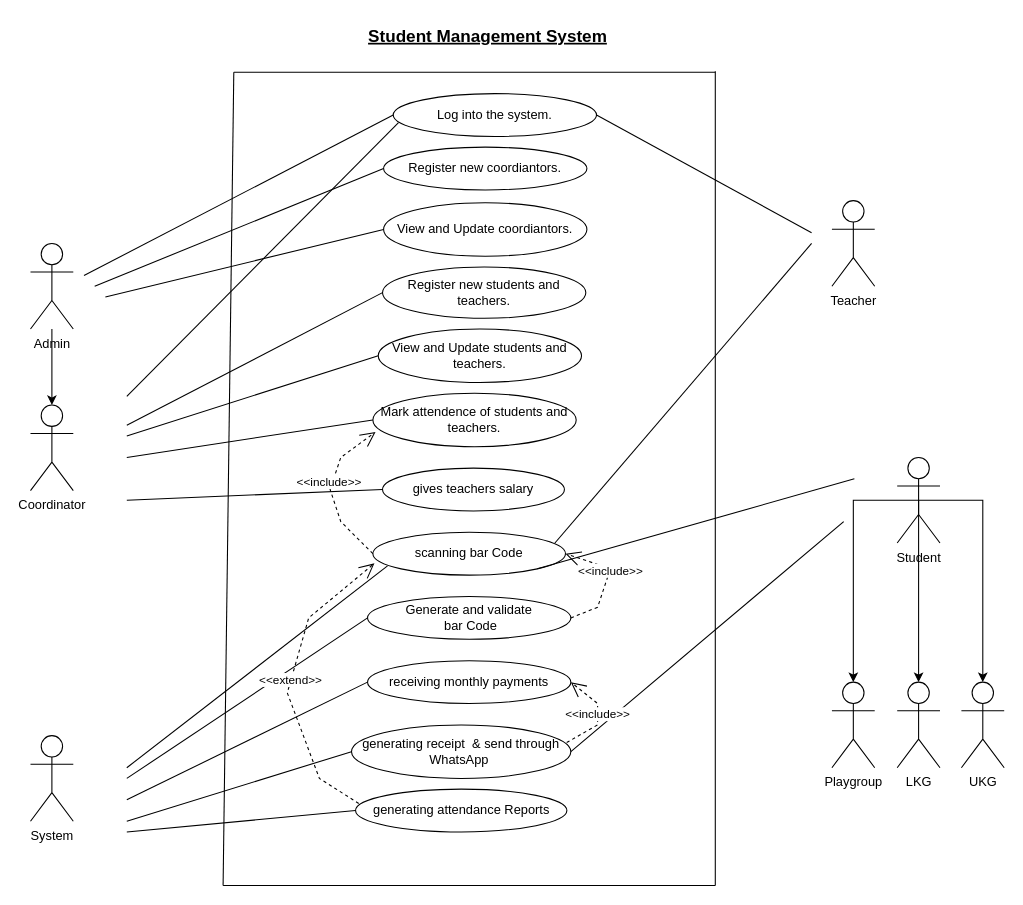
The draw.io diagram UseCase.drawio in Dulara-Akalanka/Group-Software-Project, before the edit. Source tidied: cells renumbered, new cells numbered last; positions are measured from the earlier drawing's top-left corner, leaving out a move shared by most shapes. Both pictures are drawn from the tidied source at 107%, with x=0, y=0 at pixel (30, 18).
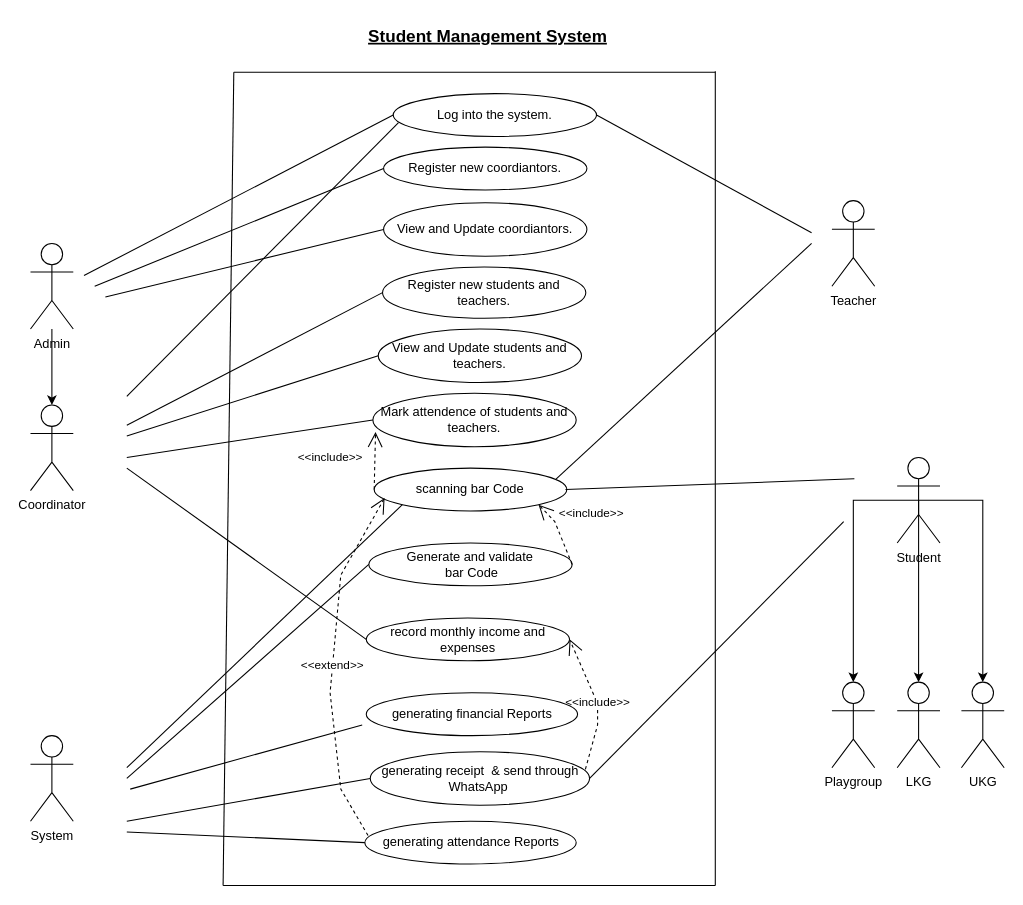
After the change.

The change refers to these unchanged cells:
```xml
<mxCell id="22" value="Mark attendence of students and teachers." style="ellipse;whiteSpace=wrap;html=1;" parent="1" vertex="1">
  <mxGeometry x="320" y="350" width="190" height="50" as="geometry" />
</mxCell>
```

The edit, as a diff of the source:
```diff
@@
-    <mxCell id="3" value="gives teachers salary" style="ellipse;whiteSpace=wrap;html=1;" parent="1" vertex="1">
-      <mxGeometry x="329" y="420" width="170" height="40" as="geometry" />
-    </mxCell>
     <mxCell id="4" value="scanning bar Code" style="ellipse;whiteSpace=wrap;html=1;" parent="1" vertex="1">
-      <mxGeometry x="320" y="480" width="180" height="40" as="geometry" />
+      <mxGeometry x="321.2" y="420" width="180" height="40" as="geometry" />
     </mxCell>
     <mxCell id="5" value="Generate and validate&lt;br&gt;&amp;nbsp;bar Code" style="ellipse;whiteSpace=wrap;html=1;" parent="1" vertex="1">
-      <mxGeometry x="315" y="540" width="190" height="40" as="geometry" />
+      <mxGeometry x="316.2" y="490" width="190" height="40" as="geometry" />
     </mxCell>
@@
-    <mxCell id="7" value="receiving monthly payments" style="ellipse;whiteSpace=wrap;html=1;" parent="1" vertex="1">
-      <mxGeometry x="315" y="600" width="190" height="40" as="geometry" />
+    <mxCell id="7" value="record monthly income and expenses" style="ellipse;whiteSpace=wrap;html=1;" parent="1" vertex="1">
+      <mxGeometry x="313.8" y="560" width="190" height="40" as="geometry" />
     </mxCell>
@@
     <mxCell id="11" style="endArrow=none;html=1;rounded=0;entryX=0;entryY=0.5;entryDx=0;entryDy=0;" parent="1" edge="1" target="7">
       <mxGeometry relative="1" as="geometry">
-        <mxPoint x="90" y="730" as="sourcePoint" />
+        <mxPoint x="90" y="420" as="sourcePoint" />
       </mxGeometry>
     </mxCell>
-    <mxCell id="12" style="endArrow=none;html=1;rounded=0;exitX=1;exitY=1;exitDx=0;exitDy=0;" parent="1" edge="1" source="4">
+    <mxCell id="12" style="endArrow=none;html=1;rounded=0;" parent="1" edge="1">
       <mxGeometry relative="1" as="geometry">
+        <mxPoint x="500" y="440" as="sourcePoint" />
         <mxPoint x="770" y="430" as="targetPoint" />
       </mxGeometry>
     </mxCell>
@@
-    <mxCell id="28" style="endArrow=none;html=1;rounded=0;entryX=0;entryY=0.5;entryDx=0;entryDy=0;" parent="1" edge="1" target="3">
-      <mxGeometry relative="1" as="geometry">
-        <mxPoint x="90" y="450" as="sourcePoint" />
-      </mxGeometry>
-    </mxCell>
-    <mxCell id="29" style="endArrow=none;html=1;rounded=0;entryX=0.076;entryY=0.785;entryDx=0;entryDy=0;entryPerimeter=0;" parent="1" edge="1" target="4">
+    <mxCell id="29" style="endArrow=none;html=1;rounded=0;entryX=0;entryY=1;entryDx=0;entryDy=0;" parent="1" edge="1" target="4">
       <mxGeometry relative="1" as="geometry">
         <mxPoint x="90" y="700" as="sourcePoint" />
       </mxGeometry>
     </mxCell>
@@
     <mxCell id="32" value="&amp;lt;&amp;lt;include&amp;gt;&amp;gt;" style="endArrow=open;endSize=12;dashed=1;html=1;rounded=0;entryX=0.013;entryY=0.725;entryDx=0;entryDy=0;entryPerimeter=0;exitX=0;exitY=0.5;exitDx=0;exitDy=0;" parent="1" edge="1" source="4" target="22">
-      <mxGeometry x="0.1" y="3" relative="1" as="geometry">
-        <Array as="points">
-          <mxPoint x="290" y="470" />
-          <mxPoint x="280" y="440" />
-          <mxPoint x="290" y="410" />
-        </Array>
-      </mxGeometry>
+      <mxGeometry x="0.08" y="42" relative="1" as="geometry" />
     </mxCell>
     <mxCell id="33" value="generating receipt&amp;nbsp; &amp;amp; send through WhatsApp&amp;nbsp;" style="ellipse;whiteSpace=wrap;html=1;" parent="1" vertex="1">
-      <mxGeometry x="300" y="660" width="205" height="50" as="geometry" />
+      <mxGeometry x="317.5" y="685" width="205" height="50" as="geometry" />
     </mxCell>
@@
     <mxCell id="37" value="generating attendance Reports" style="ellipse;whiteSpace=wrap;html=1;" parent="1" vertex="1">
-      <mxGeometry x="303.8" y="720" width="197.5" height="40" as="geometry" />
+      <mxGeometry x="312.5" y="750" width="197.5" height="40" as="geometry" />
     </mxCell>
@@
-    <mxCell id="39" value="&amp;lt;&amp;lt;extend&amp;gt;&amp;gt;" style="endArrow=open;endSize=12;dashed=1;html=1;rounded=0;entryX=0.008;entryY=0.725;entryDx=0;entryDy=0;entryPerimeter=0;exitX=0.015;exitY=0.335;exitDx=0;exitDy=0;exitPerimeter=0;" parent="1" edge="1" source="37" target="4">
+    <mxCell id="39" value="&amp;lt;&amp;lt;extend&amp;gt;&amp;gt;" style="endArrow=open;endSize=12;dashed=1;html=1;rounded=0;exitX=0.015;exitY=0.335;exitDx=0;exitDy=0;exitPerimeter=0;entryX=0.054;entryY=0.7;entryDx=0;entryDy=0;entryPerimeter=0;" parent="1" edge="1" source="37" target="4">
       <mxGeometry relative="1" as="geometry">
         <Array as="points">
-          <mxPoint x="270" y="710" />
-          <mxPoint x="240" y="630" />
-          <mxPoint x="260" y="560" />
+          <mxPoint x="290" y="720" />
+          <mxPoint x="280" y="630" />
+          <mxPoint x="290" y="520" />
         </Array>
       </mxGeometry>
     </mxCell>
-    <mxCell id="40" value="&amp;lt;&amp;lt;include&amp;gt;&amp;gt;" style="endArrow=open;endSize=12;dashed=1;html=1;rounded=0;entryX=1;entryY=0.5;entryDx=0;entryDy=0;exitX=1;exitY=0.5;exitDx=0;exitDy=0;" parent="1" edge="1" source="5" target="4">
-      <mxGeometry x="0.15" y="-4" relative="1" as="geometry">
+    <mxCell id="40" value="&amp;lt;&amp;lt;include&amp;gt;&amp;gt;" style="endArrow=open;endSize=12;dashed=1;html=1;rounded=0;exitX=1;exitY=0.5;exitDx=0;exitDy=0;entryX=1;entryY=1;entryDx=0;entryDy=0;" parent="1" edge="1" source="5" target="4">
+      <mxGeometry x="0.16" y="-35" relative="1" as="geometry">
         <Array as="points">
-          <mxPoint x="530" y="550" />
-          <mxPoint x="540" y="520" />
-          <mxPoint x="530" y="510" />
+          <mxPoint x="490" y="470" />
         </Array>
       </mxGeometry>
     </mxCell>
@@
+    <mxCell id="52" value="generating financial Reports" style="ellipse;whiteSpace=wrap;html=1;" parent="1" vertex="1">
+      <mxGeometry x="313.8" y="630" width="197.5" height="40" as="geometry" />
+    </mxCell>
+    <mxCell id="53" style="endArrow=none;html=1;rounded=0;" parent="1" edge="1">
+      <mxGeometry relative="1" as="geometry">
+        <mxPoint x="93.2" y="720" as="sourcePoint" />
+        <mxPoint x="310" y="660" as="targetPoint" />
+      </mxGeometry>
+    </mxCell>
```
